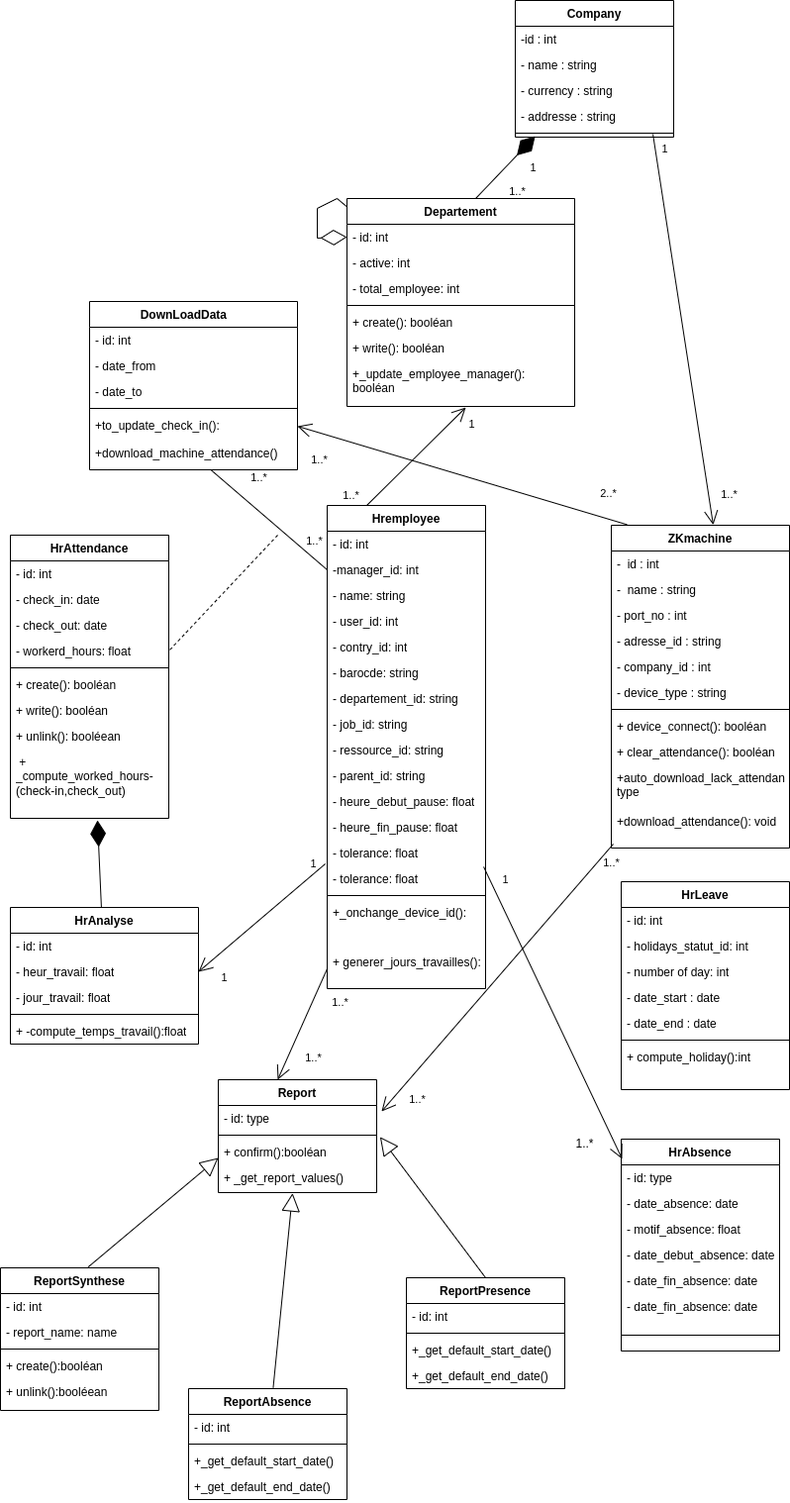
Before: static/Diagramme de classe.drawio.png, a diagram exported from draw.io (Siluearsene/borne_biometrique). Source tidied: cells renumbered, new cells last; positions are measured from the earlier drawing's top-left corner, leaving out a move shared by most shapes.
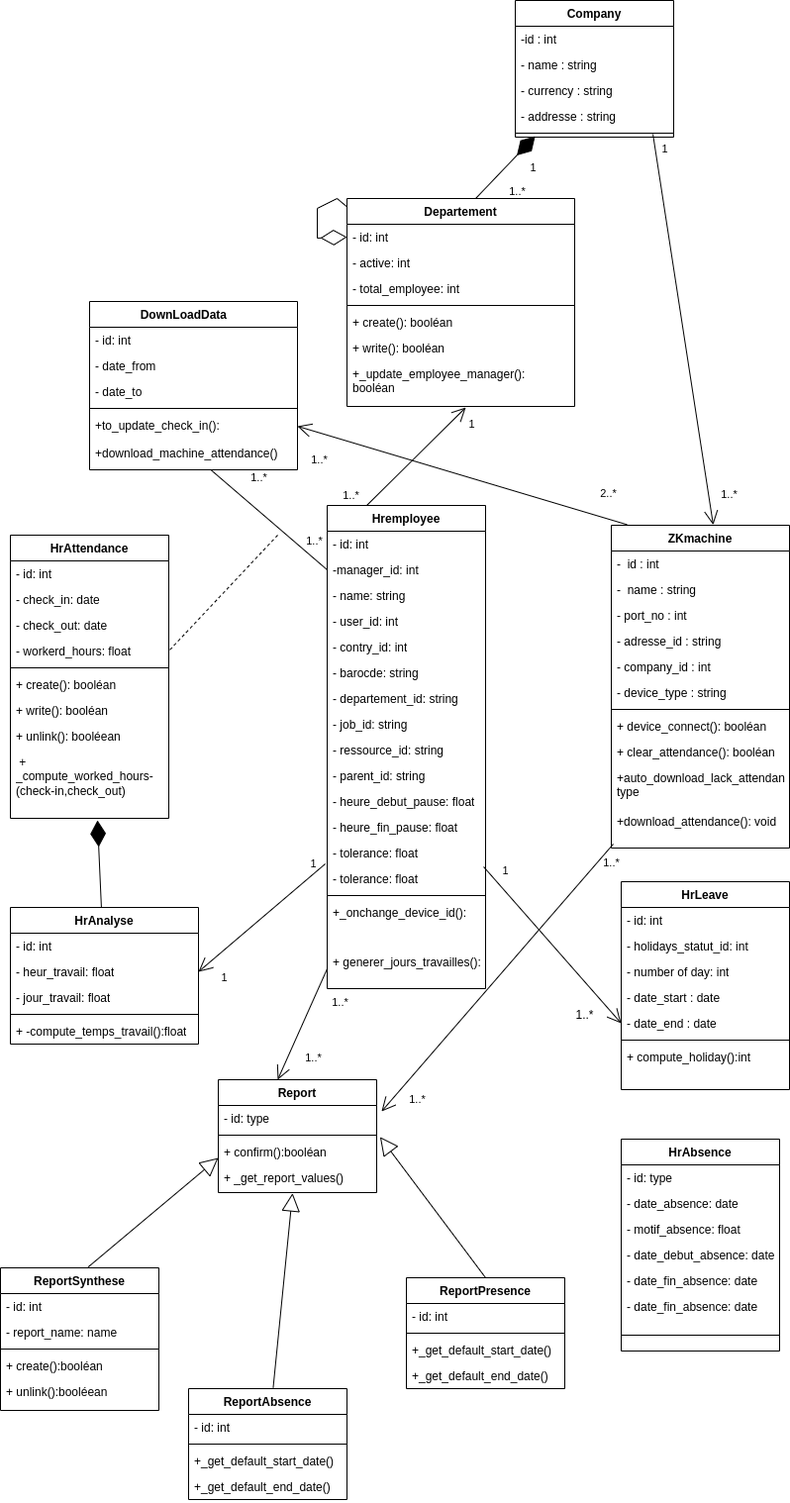
After the commit.

Commit message:
Mettre à jour Diagramme de classe.drawio.png

The edit, as a diff of the source:
```diff
@@ -446,7 +446,7 @@
         <mxPoint x="20" y="7" as="offset" />
       </mxGeometry>
     </mxCell>
-    <mxCell id="136" style="endArrow=open;endFill=1;endSize=12;html=1;rounded=0;entryX=0.006;entryY=-0.231;entryDx=0;entryDy=0;entryPerimeter=0;exitX=0.988;exitY=0.038;exitDx=0;exitDy=0;exitPerimeter=0;" parent="1" edge="1" source="50" target="3">
+    <mxCell id="136" style="endArrow=open;endFill=1;endSize=12;html=1;rounded=0;entryX=0;entryY=0.5;entryDx=0;entryDy=0;exitX=0.988;exitY=0.038;exitDx=0;exitDy=0;exitPerimeter=0;" parent="1" edge="1" source="50" target="27">
       <mxGeometry relative="1" as="geometry" />
     </mxCell>
     <mxCell id="137" value="1" style="edgeLabel;html=1;align=center;verticalAlign=middle;" parent="136" vertex="1">
@@ -455,7 +455,7 @@
       </mxGeometry>
     </mxCell>
     <mxCell id="138" value="1..*" style="text;html=1;align=center;verticalAlign=middle;strokeColor=none;fillColor=none;" parent="1" vertex="1">
-      <mxGeometry x="570" y="1140" width="40" height="30" as="geometry" />
+      <mxGeometry x="570" y="1010" width="40" height="30" as="geometry" />
     </mxCell>
   </root>
 </mxGraphModel>
```
